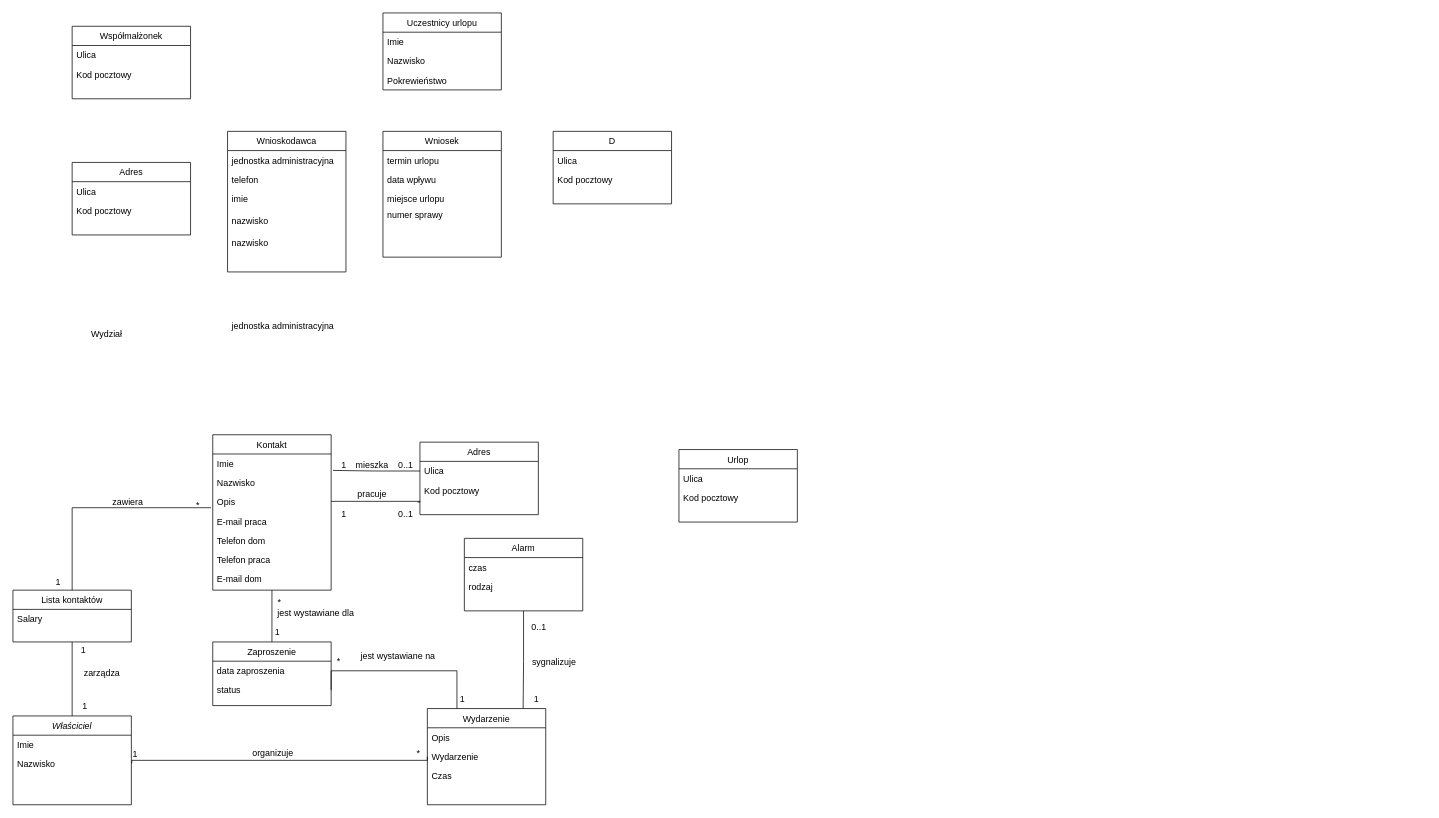
Earlier version of the draw.io diagram AiPSIpr2.drawio (cocacolaja/Studia). Source tidied: cells renumbered, new cells numbered last; positions are measured from the earlier drawing's top-left corner, leaving out a move shared by most shapes. Both pictures are drawn from the tidied source at 74%, with x=0, y=0 at pixel (13, 13).
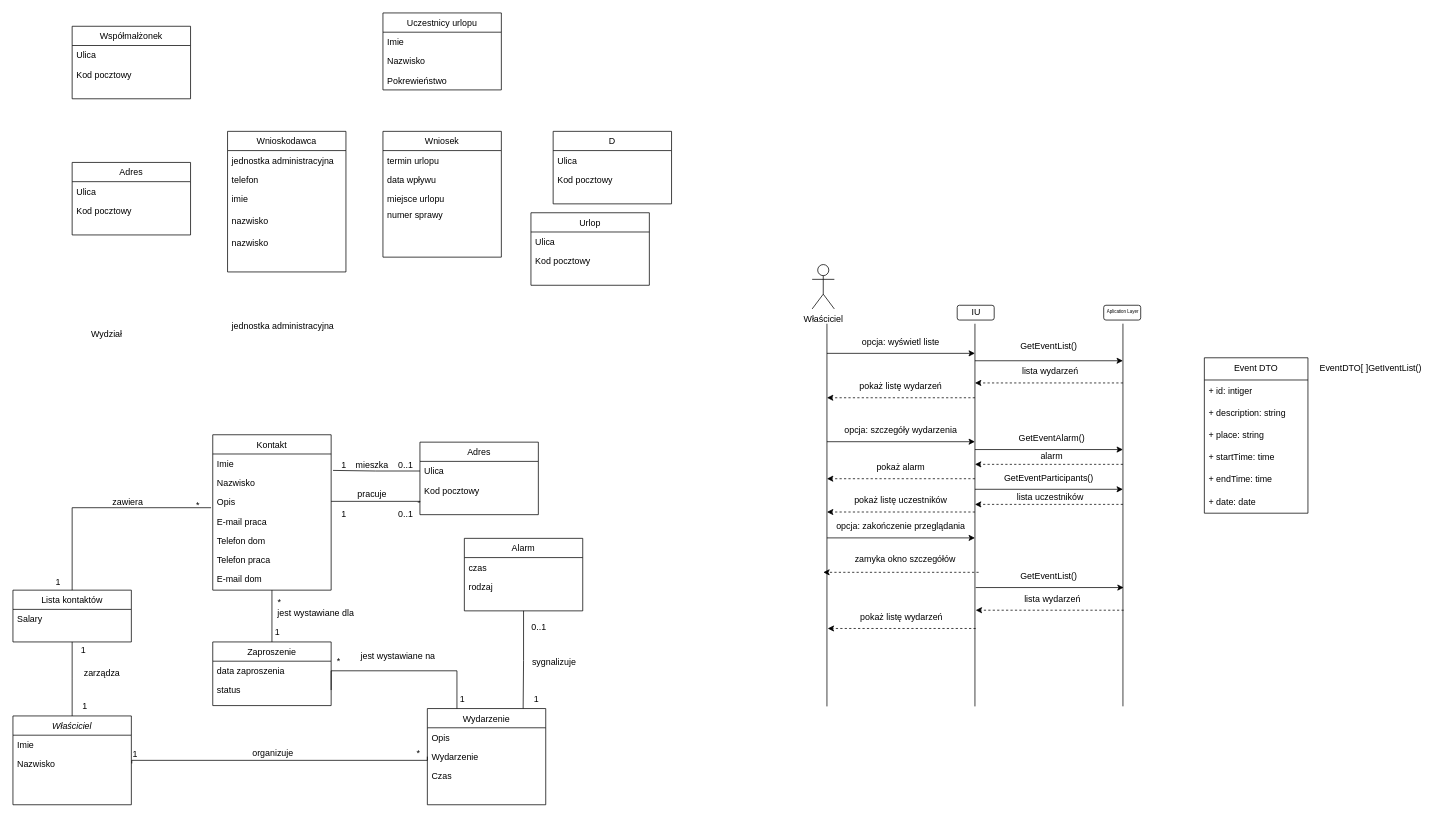
After the change.

Change to the diagram source:
```diff
@@
     <mxCell id="81" value="Urlop" style="swimlane;fontStyle=0;align=center;verticalAlign=top;horizontal=1;startSize=26;rounded=0;shadow=0;strokeWidth=1;" parent="1" vertex="1">
-      <mxGeometry x="900" y="590" width="160" height="98" as="geometry" />
+      <mxGeometry x="700" y="270" width="160" height="98" as="geometry" />
     </mxCell>
@@
+    <mxCell id="89" style="endArrow=none;html=1;rounded=0;" parent="1" edge="1">
+      <mxGeometry relative="1" as="geometry">
+        <mxPoint x="1100" y="937.1" as="sourcePoint" />
+        <mxPoint x="1100" y="420" as="targetPoint" />
+      </mxGeometry>
+    </mxCell>
+    <mxCell id="90" style="endArrow=none;html=1;rounded=0;" parent="1" edge="1">
+      <mxGeometry relative="1" as="geometry">
+        <mxPoint x="1300" y="937.1" as="sourcePoint" />
+        <mxPoint x="1300" y="420" as="targetPoint" />
+      </mxGeometry>
+    </mxCell>
+    <mxCell id="91" style="endArrow=none;html=1;rounded=0;" parent="1" edge="1">
+      <mxGeometry relative="1" as="geometry">
+        <mxPoint x="1500" y="937" as="sourcePoint" />
+        <mxPoint x="1500" y="419.9" as="targetPoint" />
+      </mxGeometry>
+    </mxCell>
+    <mxCell id="92" value="Właściciel" style="shape=umlActor;verticalLabelPosition=bottom;verticalAlign=top;html=1;" parent="1" vertex="1">
+      <mxGeometry x="1080" y="340" width="30" height="60" as="geometry" />
+    </mxCell>
+    <mxCell id="93" style="rounded=1;whiteSpace=wrap;html=1;" parent="1" vertex="1">
+      <mxGeometry x="1276" y="395" width="50" height="20" as="geometry" />
+    </mxCell>
+    <mxCell id="94" value="IU" style="text;html=1;whiteSpace=wrap;strokeColor=none;fillColor=none;align=center;verticalAlign=middle;rounded=0;" parent="1" vertex="1">
+      <mxGeometry x="1272" y="390" width="60" height="30" as="geometry" />
+    </mxCell>
+    <mxCell id="95" style="rounded=1;whiteSpace=wrap;html=1;" parent="1" vertex="1">
+      <mxGeometry x="1474" y="395" width="50" height="20" as="geometry" />
+    </mxCell>
+    <mxCell id="96" value="&lt;font style=&quot;font-size: 6px;&quot;&gt;Aplication Layer&lt;/font&gt;" style="text;html=1;whiteSpace=wrap;strokeColor=none;fillColor=none;align=center;verticalAlign=middle;rounded=0;" parent="1" vertex="1">
+      <mxGeometry x="1470" y="387" width="60" height="30" as="geometry" />
+    </mxCell>
+    <mxCell id="97" value="opcja: wyświetl liste" style="text;html=1;whiteSpace=wrap;strokeColor=none;fillColor=none;align=center;verticalAlign=middle;rounded=0;" parent="1" vertex="1">
+      <mxGeometry x="1130" y="430" width="140" height="30" as="geometry" />
+    </mxCell>
+    <mxCell id="98" value="opcja: szczegóły wydarzenia" style="text;html=1;whiteSpace=wrap;strokeColor=none;fillColor=none;align=center;verticalAlign=middle;rounded=0;" parent="1" vertex="1">
+      <mxGeometry x="1110" y="549.4" width="180" height="30" as="geometry" />
+    </mxCell>
+    <mxCell id="99" value="opcja: zakończenie przeglądania" style="text;html=1;whiteSpace=wrap;strokeColor=none;fillColor=none;align=center;verticalAlign=middle;rounded=0;" parent="1" vertex="1">
+      <mxGeometry x="1110" y="679.4" width="180" height="30" as="geometry" />
+    </mxCell>
+    <mxCell id="100" style="endArrow=classic;html=1;rounded=0;" parent="1" edge="1">
+      <mxGeometry relative="1" as="geometry">
+        <mxPoint x="1100" y="460" as="sourcePoint" />
+        <mxPoint x="1300" y="460" as="targetPoint" />
+      </mxGeometry>
+    </mxCell>
+    <mxCell id="101" style="endArrow=classic;html=1;rounded=0;" parent="1" edge="1">
+      <mxGeometry relative="1" as="geometry">
+        <mxPoint x="1100" y="579.4" as="sourcePoint" />
+        <mxPoint x="1300" y="579.4" as="targetPoint" />
+      </mxGeometry>
+    </mxCell>
+    <mxCell id="102" style="endArrow=classic;html=1;rounded=0;" parent="1" edge="1">
+      <mxGeometry relative="1" as="geometry">
+        <mxPoint x="1100" y="709.4" as="sourcePoint" />
+        <mxPoint x="1300" y="709.4" as="targetPoint" />
+      </mxGeometry>
+    </mxCell>
+    <mxCell id="103" style="endArrow=classic;html=1;rounded=0;" parent="1" edge="1">
+      <mxGeometry relative="1" as="geometry">
+        <mxPoint x="1300" y="470" as="sourcePoint" />
+        <mxPoint x="1500" y="470" as="targetPoint" />
+      </mxGeometry>
+    </mxCell>
+    <mxCell id="104" style="endArrow=classic;html=1;rounded=0;" parent="1" edge="1">
+      <mxGeometry relative="1" as="geometry">
+        <mxPoint x="1300" y="590" as="sourcePoint" />
+        <mxPoint x="1500" y="590" as="targetPoint" />
+      </mxGeometry>
+    </mxCell>
+    <mxCell id="105" value="GetEventList()" style="text;html=1;whiteSpace=wrap;strokeColor=none;fillColor=none;align=center;verticalAlign=middle;rounded=0;" parent="1" vertex="1">
+      <mxGeometry x="1330" y="436" width="140" height="30" as="geometry" />
+    </mxCell>
+    <mxCell id="106" style="endArrow=classic;html=1;rounded=0;dashed=1;" parent="1" edge="1">
+      <mxGeometry relative="1" as="geometry">
+        <mxPoint x="1500" y="500" as="sourcePoint" />
+        <mxPoint x="1300" y="500" as="targetPoint" />
+      </mxGeometry>
+    </mxCell>
+    <mxCell id="107" style="endArrow=classic;html=1;rounded=0;dashed=1;" parent="1" edge="1">
+      <mxGeometry relative="1" as="geometry">
+        <mxPoint x="1300" y="520" as="sourcePoint" />
+        <mxPoint x="1100" y="520" as="targetPoint" />
+      </mxGeometry>
+    </mxCell>
+    <mxCell id="108" style="endArrow=classic;html=1;rounded=0;dashed=1;" parent="1" edge="1">
+      <mxGeometry relative="1" as="geometry">
+        <mxPoint x="1305" y="755.9" as="sourcePoint" />
+        <mxPoint x="1095" y="755.9" as="targetPoint" />
+      </mxGeometry>
+    </mxCell>
+    <mxCell id="109" value="lista wydarzeń" style="text;html=1;whiteSpace=wrap;strokeColor=none;fillColor=none;align=center;verticalAlign=middle;rounded=0;" parent="1" vertex="1">
+      <mxGeometry x="1332" y="470" width="140" height="30" as="geometry" />
+    </mxCell>
+    <mxCell id="110" value="pokaż listę wydarzeń" style="text;html=1;whiteSpace=wrap;strokeColor=none;fillColor=none;align=center;verticalAlign=middle;rounded=0;" parent="1" vertex="1">
+      <mxGeometry x="1130" y="490" width="140" height="30" as="geometry" />
+    </mxCell>
+    <mxCell id="111" value="GetEventParticipants()" style="text;html=1;whiteSpace=wrap;strokeColor=none;fillColor=none;align=center;verticalAlign=middle;rounded=0;" parent="1" vertex="1">
+      <mxGeometry x="1330" y="613.7" width="140" height="30" as="geometry" />
+    </mxCell>
+    <mxCell id="112" style="endArrow=classic;html=1;rounded=0;" parent="1" edge="1">
+      <mxGeometry relative="1" as="geometry">
+        <mxPoint x="1300" y="643.7" as="sourcePoint" />
+        <mxPoint x="1500" y="643.7" as="targetPoint" />
+      </mxGeometry>
+    </mxCell>
+    <mxCell id="113" value="GetEventAlarm()" style="text;html=1;whiteSpace=wrap;strokeColor=none;fillColor=none;align=center;verticalAlign=middle;rounded=0;" parent="1" vertex="1">
+      <mxGeometry x="1334" y="560" width="140" height="30" as="geometry" />
+    </mxCell>
+    <mxCell id="114" style="endArrow=classic;html=1;rounded=0;dashed=1;" parent="1" edge="1">
+      <mxGeometry relative="1" as="geometry">
+        <mxPoint x="1300" y="629.4" as="sourcePoint" />
+        <mxPoint x="1100" y="629.4" as="targetPoint" />
+      </mxGeometry>
+    </mxCell>
+    <mxCell id="115" value="pokaż alarm" style="text;html=1;whiteSpace=wrap;strokeColor=none;fillColor=none;align=center;verticalAlign=middle;rounded=0;" parent="1" vertex="1">
+      <mxGeometry x="1130" y="599.4" width="140" height="30" as="geometry" />
+    </mxCell>
+    <mxCell id="116" style="endArrow=classic;html=1;rounded=0;dashed=1;" parent="1" edge="1">
+      <mxGeometry relative="1" as="geometry">
+        <mxPoint x="1300" y="674.4" as="sourcePoint" />
+        <mxPoint x="1100" y="674.4" as="targetPoint" />
+      </mxGeometry>
+    </mxCell>
+    <mxCell id="117" value="pokaż listę uczestników" style="text;html=1;whiteSpace=wrap;strokeColor=none;fillColor=none;align=center;verticalAlign=middle;rounded=0;" parent="1" vertex="1">
+      <mxGeometry x="1130" y="644.4" width="140" height="30" as="geometry" />
+    </mxCell>
+    <mxCell id="118" style="endArrow=classic;html=1;rounded=0;" parent="1" edge="1">
+      <mxGeometry relative="1" as="geometry">
+        <mxPoint x="1301" y="776.5" as="sourcePoint" />
+        <mxPoint x="1501" y="776.5" as="targetPoint" />
+      </mxGeometry>
+    </mxCell>
+    <mxCell id="119" value="GetEventList()" style="text;html=1;whiteSpace=wrap;strokeColor=none;fillColor=none;align=center;verticalAlign=middle;rounded=0;" parent="1" vertex="1">
+      <mxGeometry x="1330" y="747.1" width="140" height="30" as="geometry" />
+    </mxCell>
+    <mxCell id="120" style="endArrow=classic;html=1;rounded=0;dashed=1;" parent="1" edge="1">
+      <mxGeometry relative="1" as="geometry">
+        <mxPoint x="1501" y="807.1" as="sourcePoint" />
+        <mxPoint x="1301" y="807.1" as="targetPoint" />
+      </mxGeometry>
+    </mxCell>
+    <mxCell id="121" style="endArrow=classic;html=1;rounded=0;dashed=1;" parent="1" edge="1">
+      <mxGeometry relative="1" as="geometry">
+        <mxPoint x="1301" y="831.8" as="sourcePoint" />
+        <mxPoint x="1101" y="831.8" as="targetPoint" />
+      </mxGeometry>
+    </mxCell>
+    <mxCell id="122" value="pokaż listę wydarzeń" style="text;html=1;whiteSpace=wrap;strokeColor=none;fillColor=none;align=center;verticalAlign=middle;rounded=0;" parent="1" vertex="1">
+      <mxGeometry x="1131" y="801.8" width="140" height="30" as="geometry" />
+    </mxCell>
+    <mxCell id="123" value="lista wydarzeń" style="text;html=1;whiteSpace=wrap;strokeColor=none;fillColor=none;align=center;verticalAlign=middle;rounded=0;" parent="1" vertex="1">
+      <mxGeometry x="1335" y="777.1" width="140" height="30" as="geometry" />
+    </mxCell>
+    <mxCell id="124" style="endArrow=classic;html=1;rounded=0;dashed=1;" parent="1" edge="1">
+      <mxGeometry relative="1" as="geometry">
+        <mxPoint x="1500" y="610" as="sourcePoint" />
+        <mxPoint x="1300" y="610" as="targetPoint" />
+      </mxGeometry>
+    </mxCell>
+    <mxCell id="125" style="endArrow=classic;html=1;rounded=0;dashed=1;" parent="1" edge="1">
+      <mxGeometry relative="1" as="geometry">
+        <mxPoint x="1500" y="664.1" as="sourcePoint" />
+        <mxPoint x="1300" y="664.1" as="targetPoint" />
+      </mxGeometry>
+    </mxCell>
+    <mxCell id="126" value="alarm" style="text;html=1;whiteSpace=wrap;strokeColor=none;fillColor=none;align=center;verticalAlign=middle;rounded=0;" parent="1" vertex="1">
+      <mxGeometry x="1334" y="583.7" width="140" height="30" as="geometry" />
+    </mxCell>
+    <mxCell id="127" value="lista uczestników" style="text;html=1;whiteSpace=wrap;strokeColor=none;fillColor=none;align=center;verticalAlign=middle;rounded=0;" parent="1" vertex="1">
+      <mxGeometry x="1332" y="639" width="140" height="30" as="geometry" />
+    </mxCell>
+    <mxCell id="128" value="Event DTO" style="swimlane;fontStyle=0;horizontal=1;startSize=30;whiteSpace=wrap;html=1;" parent="1" vertex="1">
+      <mxGeometry x="1610" y="466" width="140" height="210" as="geometry" />
+    </mxCell>
+    <mxCell id="129" value="+ id: intiger" style="text;strokeColor=none;fillColor=none;align=left;verticalAlign=middle;spacingLeft=4;spacingRight=4;overflow=hidden;whiteSpace=wrap;html=1;" parent="128" vertex="1">
+      <mxGeometry y="30" width="140" height="30" as="geometry" />
+    </mxCell>
+    <mxCell id="130" value="+ description: string" style="text;strokeColor=none;fillColor=none;align=left;verticalAlign=middle;spacingLeft=4;spacingRight=4;overflow=hidden;whiteSpace=wrap;html=1;" parent="128" vertex="1">
+      <mxGeometry y="60" width="140" height="30" as="geometry" />
+    </mxCell>
+    <mxCell id="131" value="+ place: string" style="text;strokeColor=none;fillColor=none;align=left;verticalAlign=middle;spacingLeft=4;spacingRight=4;overflow=hidden;whiteSpace=wrap;html=1;" parent="128" vertex="1">
+      <mxGeometry y="90" width="140" height="30" as="geometry" />
+    </mxCell>
+    <mxCell id="132" value="+ startTime: time" style="text;strokeColor=none;fillColor=none;align=left;verticalAlign=middle;spacingLeft=4;spacingRight=4;overflow=hidden;whiteSpace=wrap;html=1;" parent="128" vertex="1">
+      <mxGeometry y="120" width="140" height="30" as="geometry" />
+    </mxCell>
+    <mxCell id="133" value="+ endTime: time" style="text;strokeColor=none;fillColor=none;align=left;verticalAlign=middle;spacingLeft=4;spacingRight=4;overflow=hidden;whiteSpace=wrap;html=1;" parent="128" vertex="1">
+      <mxGeometry y="150" width="140" height="30" as="geometry" />
+    </mxCell>
+    <mxCell id="134" value="+ date: date" style="text;strokeColor=none;fillColor=none;align=left;verticalAlign=middle;spacingLeft=4;spacingRight=4;overflow=hidden;whiteSpace=wrap;html=1;" parent="128" vertex="1">
+      <mxGeometry y="180" width="140" height="30" as="geometry" />
+    </mxCell>
+    <mxCell id="135" value="EventDTO[ ]GetIventList()" style="text;html=1;whiteSpace=wrap;strokeColor=none;fillColor=none;align=center;verticalAlign=middle;rounded=0;" parent="1" vertex="1">
+      <mxGeometry x="1760" y="466" width="150" height="30" as="geometry" />
+    </mxCell>
+    <mxCell id="136" value="zamyka okno szczegółów" style="text;html=1;whiteSpace=wrap;strokeColor=none;fillColor=none;align=center;verticalAlign=middle;rounded=0;" parent="1" vertex="1">
+      <mxGeometry x="1116" y="722.9" width="180" height="30" as="geometry" />
+    </mxCell>
```
